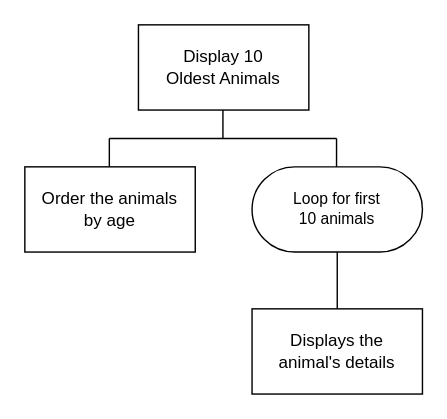
MrFriendCS/MrFriendCS.github.io keeps this draw.io diagram as page "sd4" (11 of 11) of ah-cs/sdd/AH-SDD-Animals/assets/diagrams/AH-SDD-Animals.drawio. Above is the earlier version. Source tidied: cells renumbered, new cells numbered last; positions are measured from the earlier drawing's top-left corner, leaving out a move shared by most shapes. Both pictures are drawn from the tidied source at 142%, with x=0, y=0 at pixel (24, 24).
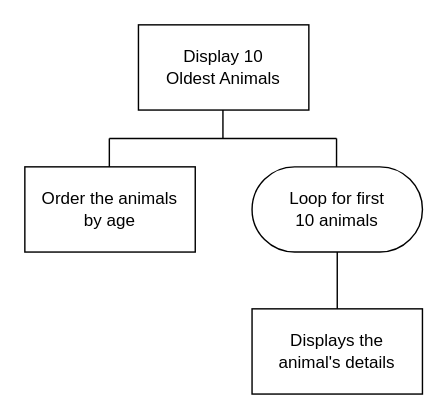
The same diagram, later.

Change to the diagram source:
```diff
@@
 <mxGraphModel>
   <root>
     <mxCell id="0" />
     <mxCell id="1" parent="0" />
     <mxCell id="2" value="Display 10&lt;div&gt;Oldest Animals&lt;/div&gt;" style="rounded=0;whiteSpace=wrap;html=1;fillColor=none;" parent="1" vertex="1">
       <mxGeometry x="80" width="120" height="60" as="geometry" />
     </mxCell>
     <mxCell id="3" style="edgeStyle=none;shape=connector;rounded=0;jettySize=auto;html=1;exitX=0.5;exitY=0;exitDx=0;exitDy=0;strokeColor=default;align=center;verticalAlign=middle;fontFamily=Helvetica;fontSize=11;fontColor=default;labelBackgroundColor=default;endArrow=none;endFill=0;" parent="1" edge="1" source="4" target="5">
       <mxGeometry relative="1" as="geometry" />
     </mxCell>
     <mxCell id="4" value="Displays the&lt;div&gt;animal's details&lt;/div&gt;" style="rounded=0;whiteSpace=wrap;html=1;fillColor=none;" parent="1" vertex="1">
       <mxGeometry x="160" y="200" width="120" height="60" as="geometry" />
     </mxCell>
-    <mxCell id="5" value="Loop for first&lt;div&gt;10 animals&lt;/div&gt;" style="rounded=1;whiteSpace=wrap;html=1;fontFamily=Helvetica;fontSize=11;fontColor=default;labelBackgroundColor=default;arcSize=50;fillColor=none;" parent="1" vertex="1">
+    <mxCell id="5" value="&lt;font style=&quot;font-size: 12px;&quot;&gt;Loop for first&lt;/font&gt;&lt;div&gt;&lt;font style=&quot;font-size: 12px;&quot;&gt;10 animals&lt;/font&gt;&lt;/div&gt;" style="rounded=1;whiteSpace=wrap;html=1;fontFamily=Helvetica;fontSize=11;fontColor=default;labelBackgroundColor=default;arcSize=50;fillColor=none;" parent="1" vertex="1">
       <mxGeometry x="160" y="100" width="120" height="60" as="geometry" />
     </mxCell>
     <mxCell id="6" value="Order the animals&lt;div&gt;by age&lt;/div&gt;" style="rounded=0;whiteSpace=wrap;html=1;fillColor=none;" parent="1" vertex="1">
       <mxGeometry y="100" width="120" height="60" as="geometry" />
     </mxCell>
     <mxCell id="7" style="edgeStyle=orthogonalEdgeStyle;rounded=0;orthogonalLoop=1;jettySize=auto;html=1;exitX=0.5;exitY=1;exitDx=0;exitDy=0;endArrow=none;endFill=0;" parent="1" edge="1">
       <mxGeometry relative="1" as="geometry">
         <mxPoint x="139.5" y="60" as="sourcePoint" />
         <mxPoint x="139.5" y="80" as="targetPoint" />
       </mxGeometry>
     </mxCell>
     <mxCell id="8" style="edgeStyle=orthogonalEdgeStyle;shape=connector;rounded=0;orthogonalLoop=1;jettySize=auto;html=1;exitX=0.5;exitY=0;exitDx=0;exitDy=0;strokeColor=default;align=center;verticalAlign=middle;fontFamily=Helvetica;fontSize=11;fontColor=default;labelBackgroundColor=default;endArrow=none;endFill=0;" parent="1" edge="1">
       <mxGeometry relative="1" as="geometry">
         <mxPoint x="219.5" y="100" as="sourcePoint" />
         <mxPoint x="219.5" y="80" as="targetPoint" />
       </mxGeometry>
     </mxCell>
     <mxCell id="9" style="endArrow=none;html=1;rounded=0;" parent="1" edge="1">
       <mxGeometry relative="1" as="geometry">
         <mxPoint x="59.5" y="80" as="sourcePoint" />
         <mxPoint x="219.5" y="80" as="targetPoint" />
       </mxGeometry>
     </mxCell>
     <mxCell id="10" style="edgeStyle=none;shape=connector;rounded=0;orthogonalLoop=1;jettySize=auto;html=1;exitX=0.5;exitY=0;exitDx=0;exitDy=0;strokeColor=default;align=center;verticalAlign=middle;fontFamily=Helvetica;fontSize=11;fontColor=default;labelBackgroundColor=default;endArrow=none;endFill=0;" parent="1" edge="1">
       <mxGeometry relative="1" as="geometry">
         <mxPoint x="59.5" y="100" as="sourcePoint" />
         <mxPoint x="59.5" y="80" as="targetPoint" />
       </mxGeometry>
     </mxCell>
   </root>
 </mxGraphModel>
```
